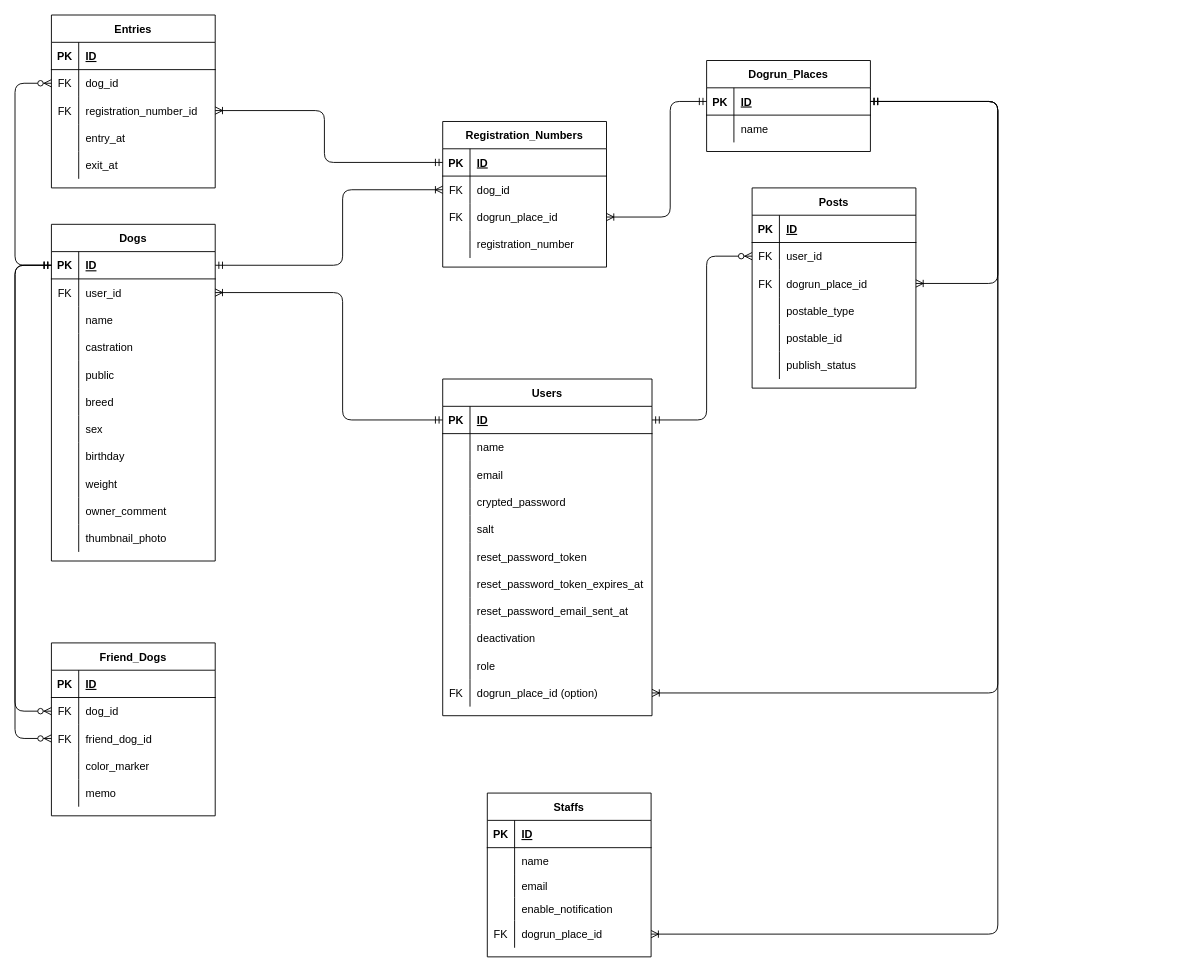
Before: ER_diagram.drawio in Kedaruma-Bond/dogrun_connect_app, a draw.io diagram. Source tidied: cells renumbered, new cells numbered last; positions are measured from the earlier drawing's top-left corner, leaving out a move shared by most shapes. Both pictures are drawn from the tidied source at 91%, with x=0, y=0 at pixel (15, 15).
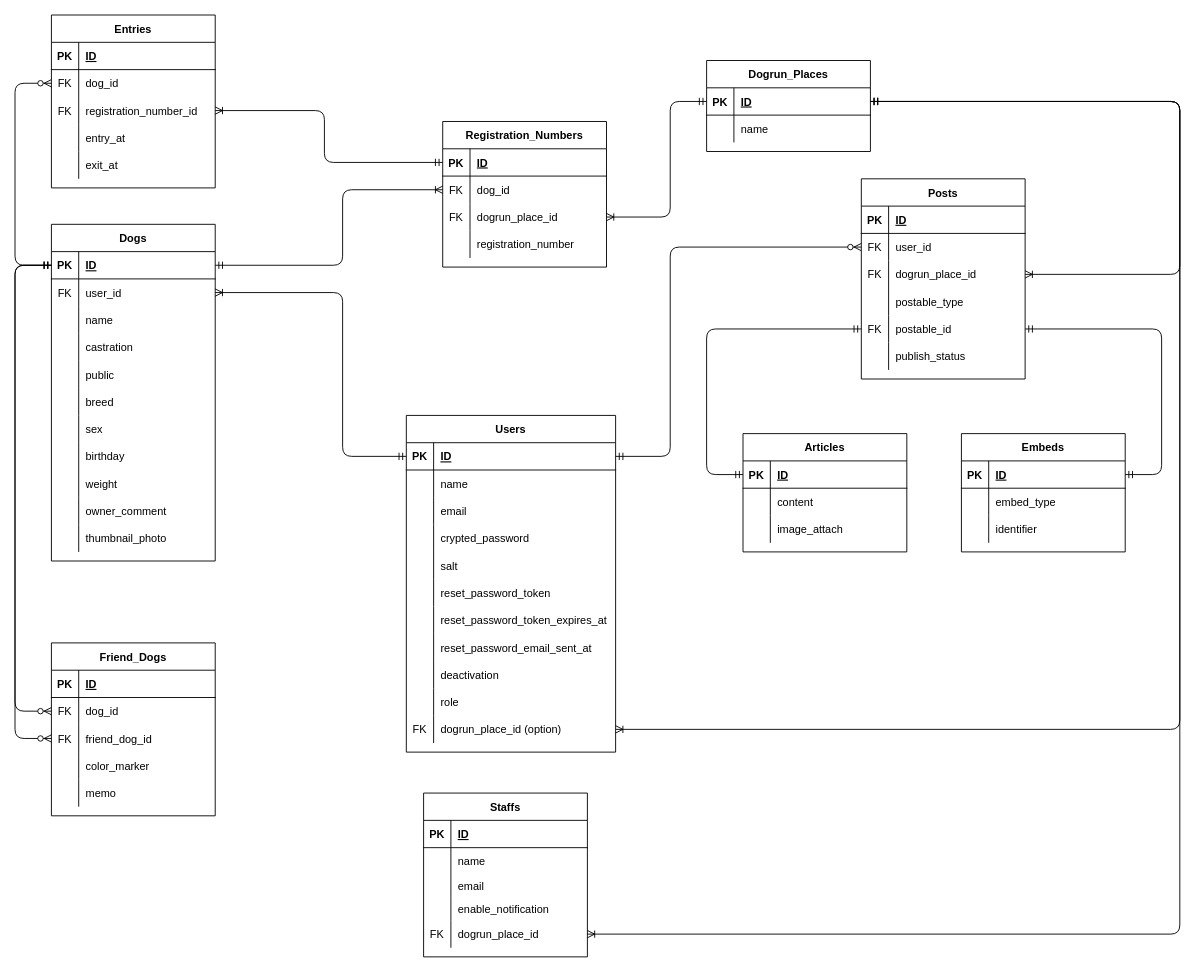
The same page after the edit.

The change refers to these unchanged cells:
```xml
<mxCell id="19" style="shape=partialRectangle;fillColor=none;top=0;left=0;bottom=1;right=0;points=[[0,0.5],[1,0.5]];portConstraint=eastwest;" parent="18" vertex="1">
  <mxGeometry y="30" width="230" height="30" as="geometry" />
</mxCell>
<mxCell id="49" style="shape=partialRectangle;fillColor=none;top=0;left=0;bottom=0;right=0;points=[[0,0.5],[1,0.5]];portConstraint=eastwest;" parent="18" vertex="1">
  <mxGeometry y="330" width="230" height="30" as="geometry" />
</mxCell>
<mxCell id="65" style="shape=partialRectangle;fillColor=none;top=0;left=0;bottom=0;right=0;points=[[0,0.5],[1,0.5]];portConstraint=eastwest;" parent="52" vertex="1">
  <mxGeometry y="140" width="180" height="30" as="geometry" />
</mxCell>
<mxCell id="72" style="shape=partialRectangle;fillColor=none;top=0;left=0;bottom=0;right=0;points=[[0,0.5],[1,0.5]];portConstraint=eastwest;" parent="68" vertex="1">
  <mxGeometry y="60" width="180" height="30" as="geometry" />
</mxCell>
<mxCell id="106" style="shape=partialRectangle;fillColor=none;top=0;left=0;bottom=0;right=0;points=[[0,0.5],[1,0.5]];portConstraint=eastwest;" parent="102" vertex="1">
  <mxGeometry y="60" width="180" height="30" as="geometry" />
</mxCell>
<mxCell id="109" style="shape=partialRectangle;fillColor=none;top=0;left=0;bottom=0;right=0;points=[[0,0.5],[1,0.5]];portConstraint=eastwest;" parent="102" vertex="1">
  <mxGeometry y="90" width="180" height="30" as="geometry" />
</mxCell>
<mxCell id="115" style="shape=partialRectangle;fillColor=none;top=0;left=0;bottom=0;right=0;points=[[0,0.5],[1,0.5]];portConstraint=eastwest;" parent="102" vertex="1">
  <mxGeometry y="150" width="180" height="30" as="geometry" />
</mxCell>
<mxCell id="158" style="shape=tableRow;horizontal=0;startSize=0;swimlaneHead=0;swimlaneBody=0;fillColor=none;points=[[0,0.5],[1,0.5]];portConstraint=eastwest;top=0;left=0;right=0;bottom=1;" parent="157" vertex="1">
  <mxGeometry y="30" width="180" height="30" as="geometry" />
</mxCell>
```

Change to the diagram source:
```diff
@@
     <mxCell id="18" value="Users" style="shape=table;startSize=30;childLayout=tableLayout;rowLines=0;fontStyle=1;align=center;" parent="1" vertex="1">
-      <mxGeometry x="470" y="400" width="230" height="370" as="geometry" />
+      <mxGeometry x="430" y="440" width="230" height="370" as="geometry" />
     </mxCell>
@@
     <mxCell id="52" value="Staffs" style="shape=table;startSize=30;childLayout=tableLayout;rowLines=0;fontStyle=1;align=center;" parent="1" vertex="1">
-      <mxGeometry x="519" y="855" width="180" height="180" as="geometry" />
+      <mxGeometry x="449" y="855" width="180" height="180" as="geometry" />
     </mxCell>
@@
     <mxCell id="102" value="Posts" style="shape=table;startSize=30;childLayout=tableLayout;rowLines=0;fontStyle=1;align=center;" parent="1" vertex="1">
-      <mxGeometry x="810" y="190" width="180" height="220" as="geometry" />
+      <mxGeometry x="930" y="180" width="180" height="220" as="geometry" />
     </mxCell>
@@
-    <mxCell id="116" style="shape=partialRectangle;fillColor=none;top=0;left=0;bottom=0;right=0;overflow=hidden;" parent="115" vertex="1">
+    <mxCell id="116" value="FK" style="shape=partialRectangle;fillColor=none;top=0;left=0;bottom=0;right=0;overflow=hidden;" parent="115" vertex="1">
       <mxGeometry width="30" height="30" as="geometry" />
     </mxCell>
@@
     <mxCell id="122" style="edgeStyle=orthogonalEdgeStyle;fontSize=12;html=1;endArrow=ERzeroToMany;startArrow=ERmandOne;exitX=1;exitY=0.5;exitDx=0;exitDy=0;entryX=0;entryY=0.5;entryDx=0;entryDy=0;" parent="1" edge="1" source="19" target="106">
       <mxGeometry relative="1" as="geometry">
         <Array as="points">
-          <mxPoint x="760" y="445" />
-          <mxPoint x="760" y="265" />
+          <mxPoint x="720" y="485" />
+          <mxPoint x="720" y="255" />
         </Array>
       </mxGeometry>
     </mxCell>
     <mxCell id="123" style="edgeStyle=orthogonalEdgeStyle;fontSize=12;html=1;endArrow=ERoneToMany;startArrow=ERmandOne;exitX=0;exitY=0.5;exitDx=0;exitDy=0;entryX=1;entryY=0.5;entryDx=0;entryDy=0;" parent="1" edge="1" source="19" target="72">
       <mxGeometry relative="1" as="geometry">
         <Array as="points">
-          <mxPoint x="360" y="445" />
+          <mxPoint x="360" y="485" />
           <mxPoint x="360" y="305" />
         </Array>
       </mxGeometry>
     </mxCell>
@@
     <mxCell id="165" style="edgeStyle=orthogonalEdgeStyle;fontSize=12;html=1;endArrow=ERoneToMany;startArrow=ERmandOne;exitX=1;exitY=0.5;exitDx=0;exitDy=0;entryX=1;entryY=0.5;entryDx=0;entryDy=0;" parent="1" edge="1" source="158" target="49">
       <mxGeometry relative="1" as="geometry">
         <Array as="points">
-          <mxPoint x="1080" y="95" />
-          <mxPoint x="1080" y="745" />
+          <mxPoint x="1280" y="95" />
+          <mxPoint x="1280" y="785" />
         </Array>
       </mxGeometry>
     </mxCell>
     <mxCell id="166" style="edgeStyle=orthogonalEdgeStyle;fontSize=12;html=1;endArrow=ERoneToMany;startArrow=ERmandOne;exitX=1;exitY=0.5;exitDx=0;exitDy=0;entryX=1;entryY=0.5;entryDx=0;entryDy=0;" parent="1" edge="1" source="158" target="109">
       <mxGeometry relative="1" as="geometry">
         <Array as="points">
-          <mxPoint x="1080" y="95" />
-          <mxPoint x="1080" y="295" />
+          <mxPoint x="1280" y="95" />
+          <mxPoint x="1280" y="285" />
         </Array>
       </mxGeometry>
     </mxCell>
     <mxCell id="167" style="edgeStyle=orthogonalEdgeStyle;fontSize=12;html=1;endArrow=ERoneToMany;startArrow=ERmandOne;exitX=1;exitY=0.5;exitDx=0;exitDy=0;entryX=1;entryY=0.5;entryDx=0;entryDy=0;" parent="1" edge="1" source="158" target="65">
       <mxGeometry relative="1" as="geometry">
         <Array as="points">
-          <mxPoint x="1080" y="95" />
-          <mxPoint x="1080" y="1010" />
+          <mxPoint x="1280" y="95" />
+          <mxPoint x="1280" y="1010" />
         </Array>
       </mxGeometry>
     </mxCell>
+    <mxCell id="168" value="Articles" style="shape=table;startSize=30;childLayout=tableLayout;rowLines=0;fontStyle=1;align=center;" parent="1" vertex="1">
+      <mxGeometry x="800" y="460" width="180" height="130" as="geometry" />
+    </mxCell>
+    <mxCell id="169" style="shape=partialRectangle;fillColor=none;top=0;left=0;bottom=1;right=0;points=[[0,0.5],[1,0.5]];portConstraint=eastwest;" parent="168" vertex="1">
+      <mxGeometry y="30" width="180" height="30" as="geometry" />
+    </mxCell>
+    <mxCell id="170" value="PK" style="shape=partialRectangle;fillColor=none;top=0;left=0;bottom=0;right=0;fontStyle=1;overflow=hidden;" parent="169" vertex="1">
+      <mxGeometry width="30" height="30" as="geometry" />
+    </mxCell>
+    <mxCell id="171" value="ID" style="shape=partialRectangle;fillColor=none;top=0;left=0;bottom=0;right=0;align=left;spacingLeft=6;fontStyle=5;overflow=hidden;" parent="169" vertex="1">
+      <mxGeometry x="30" width="150" height="30" as="geometry" />
+    </mxCell>
+    <mxCell id="172" style="shape=partialRectangle;fillColor=none;top=0;left=0;bottom=0;right=0;" parent="168" vertex="1">
+      <mxGeometry y="60" width="180" height="30" as="geometry" />
+    </mxCell>
+    <mxCell id="173" style="shape=partialRectangle;fillColor=none;top=0;left=0;bottom=0;right=0;overflow=hidden;" parent="172" vertex="1">
+      <mxGeometry width="30" height="30" as="geometry" />
+    </mxCell>
+    <mxCell id="174" value="content" style="shape=partialRectangle;fillColor=none;top=0;left=0;bottom=0;right=0;align=left;spacingLeft=6;overflow=hidden;" parent="172" vertex="1">
+      <mxGeometry x="30" width="150" height="30" as="geometry" />
+    </mxCell>
+    <mxCell id="175" style="shape=partialRectangle;fillColor=none;top=0;left=0;bottom=0;right=0;" parent="168" vertex="1">
+      <mxGeometry y="90" width="180" height="30" as="geometry" />
+    </mxCell>
+    <mxCell id="176" style="shape=partialRectangle;fillColor=none;top=0;left=0;bottom=0;right=0;overflow=hidden;" parent="175" vertex="1">
+      <mxGeometry width="30" height="30" as="geometry" />
+    </mxCell>
+    <mxCell id="177" value="image_attach" style="shape=partialRectangle;fillColor=none;top=0;left=0;bottom=0;right=0;align=left;spacingLeft=6;overflow=hidden;" parent="175" vertex="1">
+      <mxGeometry x="30" width="150" height="30" as="geometry" />
+    </mxCell>
+    <mxCell id="178" value="Embeds" style="shape=table;startSize=30;childLayout=tableLayout;rowLines=0;fontStyle=1;align=center;" parent="1" vertex="1">
+      <mxGeometry x="1040" y="460" width="180" height="130" as="geometry" />
+    </mxCell>
+    <mxCell id="179" style="shape=partialRectangle;fillColor=none;top=0;left=0;bottom=1;right=0;points=[[0,0.5],[1,0.5]];portConstraint=eastwest;" parent="178" vertex="1">
+      <mxGeometry y="30" width="180" height="30" as="geometry" />
+    </mxCell>
+    <mxCell id="180" value="PK" style="shape=partialRectangle;fillColor=none;top=0;left=0;bottom=0;right=0;fontStyle=1;overflow=hidden;" parent="179" vertex="1">
+      <mxGeometry width="30" height="30" as="geometry" />
+    </mxCell>
+    <mxCell id="181" value="ID" style="shape=partialRectangle;fillColor=none;top=0;left=0;bottom=0;right=0;align=left;spacingLeft=6;fontStyle=5;overflow=hidden;" parent="179" vertex="1">
+      <mxGeometry x="30" width="150" height="30" as="geometry" />
+    </mxCell>
+    <mxCell id="182" style="shape=partialRectangle;fillColor=none;top=0;left=0;bottom=0;right=0;" parent="178" vertex="1">
+      <mxGeometry y="60" width="180" height="30" as="geometry" />
+    </mxCell>
+    <mxCell id="183" style="shape=partialRectangle;fillColor=none;top=0;left=0;bottom=0;right=0;overflow=hidden;" parent="182" vertex="1">
+      <mxGeometry width="30" height="30" as="geometry" />
+    </mxCell>
+    <mxCell id="184" value="embed_type" style="shape=partialRectangle;fillColor=none;top=0;left=0;bottom=0;right=0;align=left;spacingLeft=6;overflow=hidden;" parent="182" vertex="1">
+      <mxGeometry x="30" width="150" height="30" as="geometry" />
+    </mxCell>
+    <mxCell id="185" style="shape=partialRectangle;fillColor=none;top=0;left=0;bottom=0;right=0;" parent="178" vertex="1">
+      <mxGeometry y="90" width="180" height="30" as="geometry" />
+    </mxCell>
+    <mxCell id="186" style="shape=partialRectangle;fillColor=none;top=0;left=0;bottom=0;right=0;overflow=hidden;" parent="185" vertex="1">
+      <mxGeometry width="30" height="30" as="geometry" />
+    </mxCell>
+    <mxCell id="187" value="identifier" style="shape=partialRectangle;fillColor=none;top=0;left=0;bottom=0;right=0;align=left;spacingLeft=6;overflow=hidden;" parent="185" vertex="1">
+      <mxGeometry x="30" width="150" height="30" as="geometry" />
+    </mxCell>
+    <mxCell id="188" style="edgeStyle=orthogonalEdgeStyle;fontSize=12;html=1;endArrow=ERmandOne;startArrow=ERmandOne;entryX=0;entryY=0.5;entryDx=0;entryDy=0;exitX=0;exitY=0.5;exitDx=0;exitDy=0;" parent="1" edge="1" source="169" target="115">
+      <mxGeometry relative="1" as="geometry">
+        <Array as="points">
+          <mxPoint x="760" y="505" />
+          <mxPoint x="760" y="345" />
+        </Array>
+      </mxGeometry>
+    </mxCell>
+    <mxCell id="189" style="edgeStyle=orthogonalEdgeStyle;fontSize=12;html=1;endArrow=ERmandOne;startArrow=ERmandOne;entryX=1;entryY=0.5;entryDx=0;entryDy=0;exitX=1;exitY=0.5;exitDx=0;exitDy=0;" parent="1" edge="1" source="179" target="115">
+      <mxGeometry relative="1" as="geometry">
+        <Array as="points">
+          <mxPoint x="1260" y="505" />
+          <mxPoint x="1260" y="345" />
+        </Array>
+      </mxGeometry>
+    </mxCell>
```
